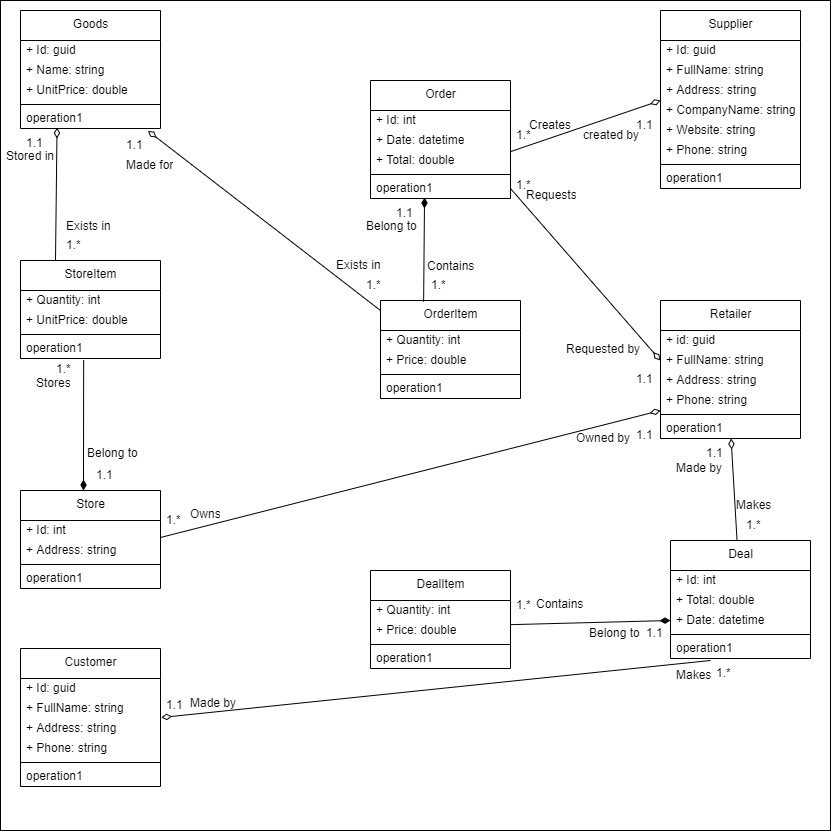
The draw.io diagram docs/assets/class-diagram.png in bmassioui/Retail.Store.Management, before a commit. Source tidied: cells renumbered, new cells last; positions are measured from the earlier drawing's top-left corner, leaving out a move shared by most shapes.
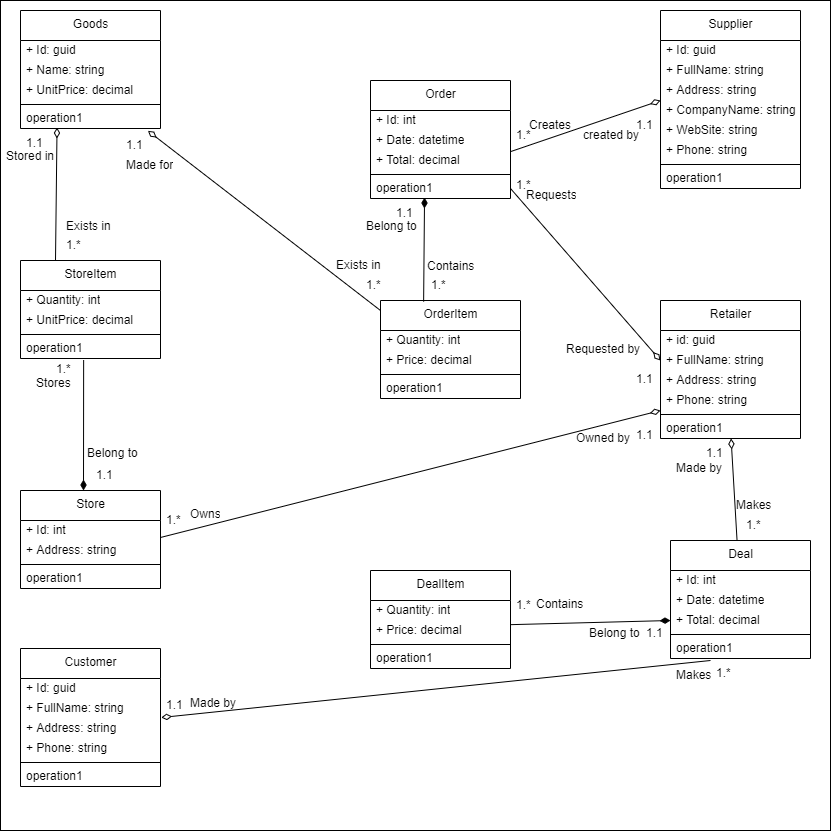
Later version of the same file.

The edit, as a diff of the source:
```diff
@@ -14,7 +14,7 @@
     <mxCell id="5" value="+ Name: string" style="text;html=1;strokeColor=none;fillColor=none;align=left;verticalAlign=middle;spacingLeft=4;spacingRight=4;overflow=hidden;" parent="3" vertex="1">
       <mxGeometry y="50" width="140" height="20" as="geometry" />
     </mxCell>
-    <mxCell id="6" value="+ UnitPrice: double" style="text;html=1;strokeColor=none;fillColor=none;align=left;verticalAlign=middle;spacingLeft=4;spacingRight=4;overflow=hidden;" parent="3" vertex="1">
+    <mxCell id="6" value="+ UnitPrice: decimal" style="text;html=1;strokeColor=none;fillColor=none;align=left;verticalAlign=middle;spacingLeft=4;spacingRight=4;overflow=hidden;" parent="3" vertex="1">
       <mxGeometry y="70" width="140" height="20" as="geometry" />
     </mxCell>
     <mxCell id="7" style="line;strokeWidth=1;fillColor=none;align=left;verticalAlign=middle;spacingTop=-1;spacingLeft=3;spacingRight=3;labelPosition=right;" parent="3" vertex="1">
@@ -38,7 +38,7 @@
     <mxCell id="13" value="+ CompanyName: string" style="text;html=1;strokeColor=none;fillColor=none;align=left;verticalAlign=middle;spacingLeft=4;spacingRight=4;overflow=hidden;" parent="9" vertex="1">
       <mxGeometry y="90" width="140" height="20" as="geometry" />
     </mxCell>
-    <mxCell id="14" value="+ Website: string" style="text;html=1;strokeColor=none;fillColor=none;align=left;verticalAlign=middle;spacingLeft=4;spacingRight=4;overflow=hidden;" parent="9" vertex="1">
+    <mxCell id="14" value="+ WebSite: string" style="text;html=1;strokeColor=none;fillColor=none;align=left;verticalAlign=middle;spacingLeft=4;spacingRight=4;overflow=hidden;" parent="9" vertex="1">
       <mxGeometry y="110" width="140" height="20" as="geometry" />
     </mxCell>
     <mxCell id="15" value="+ Phone: string" style="text;html=1;strokeColor=none;fillColor=none;align=left;verticalAlign=middle;spacingLeft=4;spacingRight=4;overflow=hidden;" parent="9" vertex="1">
@@ -64,7 +64,7 @@
     <mxCell id="21" value="+ Date: datetime" style="text;html=1;strokeColor=none;fillColor=none;align=left;verticalAlign=middle;spacingLeft=4;spacingRight=4;overflow=hidden;" parent="19" vertex="1">
       <mxGeometry y="50" width="140" height="20" as="geometry" />
     </mxCell>
-    <mxCell id="22" value="+ Total: double" style="text;html=1;strokeColor=none;fillColor=none;align=left;verticalAlign=middle;spacingLeft=4;spacingRight=4;overflow=hidden;points=[[0,0.5],[1,0.5]];portConstraint=eastwest;" parent="19" vertex="1">
+    <mxCell id="22" value="+ Total: decimal" style="text;html=1;strokeColor=none;fillColor=none;align=left;verticalAlign=middle;spacingLeft=4;spacingRight=4;overflow=hidden;points=[[0,0.5],[1,0.5]];portConstraint=eastwest;" parent="19" vertex="1">
       <mxGeometry y="70" width="140" height="20" as="geometry" />
     </mxCell>
     <mxCell id="23" style="line;strokeWidth=1;fillColor=none;align=left;verticalAlign=middle;spacingTop=-1;spacingLeft=3;spacingRight=3;labelPosition=right;" parent="19" vertex="1">
@@ -79,7 +79,7 @@
     <mxCell id="26" value="+ Quantity: int" style="text;html=1;strokeColor=none;fillColor=none;align=left;verticalAlign=middle;spacingLeft=4;spacingRight=4;overflow=hidden;" parent="25" vertex="1">
       <mxGeometry y="30" width="140" height="20" as="geometry" />
     </mxCell>
-    <mxCell id="27" value="+ Price: double" style="text;html=1;strokeColor=none;fillColor=none;align=left;verticalAlign=middle;spacingLeft=4;spacingRight=4;overflow=hidden;" parent="25" vertex="1">
+    <mxCell id="27" value="+ Price: decimal" style="text;html=1;strokeColor=none;fillColor=none;align=left;verticalAlign=middle;spacingLeft=4;spacingRight=4;overflow=hidden;" parent="25" vertex="1">
       <mxGeometry y="50" width="140" height="20" as="geometry" />
     </mxCell>
     <mxCell id="28" style="line;strokeWidth=1;fillColor=none;align=left;verticalAlign=middle;spacingTop=-1;spacingLeft=3;spacingRight=3;labelPosition=right;" parent="25" vertex="1">
@@ -94,7 +94,7 @@
     <mxCell id="31" value="+ Quantity: int" style="text;html=1;strokeColor=none;fillColor=none;align=left;verticalAlign=middle;spacingLeft=4;spacingRight=4;overflow=hidden;" parent="30" vertex="1">
       <mxGeometry y="30" width="140" height="20" as="geometry" />
     </mxCell>
-    <mxCell id="32" value="+ UnitPrice: double" style="text;html=1;strokeColor=none;fillColor=none;align=left;verticalAlign=middle;spacingLeft=4;spacingRight=4;overflow=hidden;" parent="30" vertex="1">
+    <mxCell id="32" value="+ UnitPrice: decimal" style="text;html=1;strokeColor=none;fillColor=none;align=left;verticalAlign=middle;spacingLeft=4;spacingRight=4;overflow=hidden;" parent="30" vertex="1">
       <mxGeometry y="50" width="140" height="20" as="geometry" />
     </mxCell>
     <mxCell id="33" style="line;strokeWidth=1;fillColor=none;align=left;verticalAlign=middle;spacingTop=-1;spacingLeft=3;spacingRight=3;labelPosition=right;" parent="30" vertex="1">
@@ -145,12 +145,12 @@
     <mxCell id="48" value="+ Id: int" style="text;html=1;strokeColor=none;fillColor=none;align=left;verticalAlign=middle;spacingLeft=4;spacingRight=4;overflow=hidden;" parent="47" vertex="1">
       <mxGeometry y="30" width="140" height="20" as="geometry" />
     </mxCell>
+    <mxCell id="50" value="+ Date: datetime" style="text;html=1;strokeColor=none;fillColor=none;align=left;verticalAlign=middle;spacingLeft=4;spacingRight=4;overflow=hidden;points=[[0,0.5],[1,0.5]];portConstraint=eastwest;" parent="47" vertex="1">
+      <mxGeometry y="50" width="140" height="20" as="geometry" />
+    </mxCell>
-    <mxCell id="49" value="+ Total: double" style="text;html=1;strokeColor=none;fillColor=none;align=left;verticalAlign=middle;spacingLeft=4;spacingRight=4;overflow=hidden;points=[[0,0.5],[1,0.5]];portConstraint=eastwest;" parent="47" vertex="1">
-      <mxGeometry y="50" width="140" height="20" as="geometry" />
+    <mxCell id="49" value="+ Total: decimal" style="text;html=1;strokeColor=none;fillColor=none;align=left;verticalAlign=middle;spacingLeft=4;spacingRight=4;overflow=hidden;points=[[0,0.5],[1,0.5]];portConstraint=eastwest;" parent="47" vertex="1">
+      <mxGeometry y="70" width="140" height="20" as="geometry" />
     </mxCell>
-    <mxCell id="50" value="+ Date: datetime" style="text;html=1;strokeColor=none;fillColor=none;align=left;verticalAlign=middle;spacingLeft=4;spacingRight=4;overflow=hidden;points=[[0,0.5],[1,0.5]];portConstraint=eastwest;" parent="47" vertex="1">
-      <mxGeometry y="70" width="140" height="20" as="geometry" />
-    </mxCell>
     <mxCell id="51" style="line;strokeWidth=1;fillColor=none;align=left;verticalAlign=middle;spacingTop=-1;spacingLeft=3;spacingRight=3;labelPosition=right;" parent="47" vertex="1">
       <mxGeometry y="90" width="140" height="8" as="geometry" />
     </mxCell>
@@ -163,7 +163,7 @@
     <mxCell id="54" value="+ Quantity: int" style="text;html=1;strokeColor=none;fillColor=none;align=left;verticalAlign=middle;spacingLeft=4;spacingRight=4;overflow=hidden;" parent="53" vertex="1">
       <mxGeometry y="30" width="140" height="20" as="geometry" />
     </mxCell>
-    <mxCell id="55" value="+ Price: double" style="text;html=1;strokeColor=none;fillColor=none;align=left;verticalAlign=middle;spacingLeft=4;spacingRight=4;overflow=hidden;" parent="53" vertex="1">
+    <mxCell id="55" value="+ Price: decimal" style="text;html=1;strokeColor=none;fillColor=none;align=left;verticalAlign=middle;spacingLeft=4;spacingRight=4;overflow=hidden;" parent="53" vertex="1">
       <mxGeometry y="50" width="140" height="20" as="geometry" />
     </mxCell>
     <mxCell id="56" style="line;strokeWidth=1;fillColor=none;align=left;verticalAlign=middle;spacingTop=-1;spacingLeft=3;spacingRight=3;labelPosition=right;" parent="53" vertex="1">
@@ -196,7 +196,7 @@
     <mxCell id="65" style="endArrow=none;startArrow=diamondThin;endFill=0;startFill=1;html=1;verticalAlign=bottom;labelBackgroundColor=none;strokeWidth=1;startSize=8;endSize=8;entryX=0.308;entryY=0.012;entryDx=0;entryDy=0;entryPerimeter=0;exitX=0.386;exitY=0.951;exitDx=0;exitDy=0;exitPerimeter=0;" parent="1" edge="1" source="24" target="25">
       <mxGeometry relative="1" as="geometry" />
     </mxCell>
-    <mxCell id="66" style="endArrow=none;startArrow=diamondThin;endFill=0;startFill=1;html=1;verticalAlign=bottom;labelBackgroundColor=none;strokeWidth=1;startSize=8;endSize=8;entryX=0.308;entryY=0.012;entryDx=0;entryDy=0;entryPerimeter=0;exitX=0;exitY=0.5;exitDx=0;exitDy=0;" parent="1" edge="1" source="50">
+    <mxCell id="66" style="endArrow=none;startArrow=diamondThin;endFill=0;startFill=1;html=1;verticalAlign=bottom;labelBackgroundColor=none;strokeWidth=1;startSize=8;endSize=8;entryX=0.308;entryY=0.012;entryDx=0;entryDy=0;entryPerimeter=0;exitX=0;exitY=0.5;exitDx=0;exitDy=0;" parent="1" edge="1" source="49">
       <mxGeometry relative="1" as="geometry">
         <mxPoint x="510" y="624.2" as="targetPoint" />
       </mxGeometry>
```
